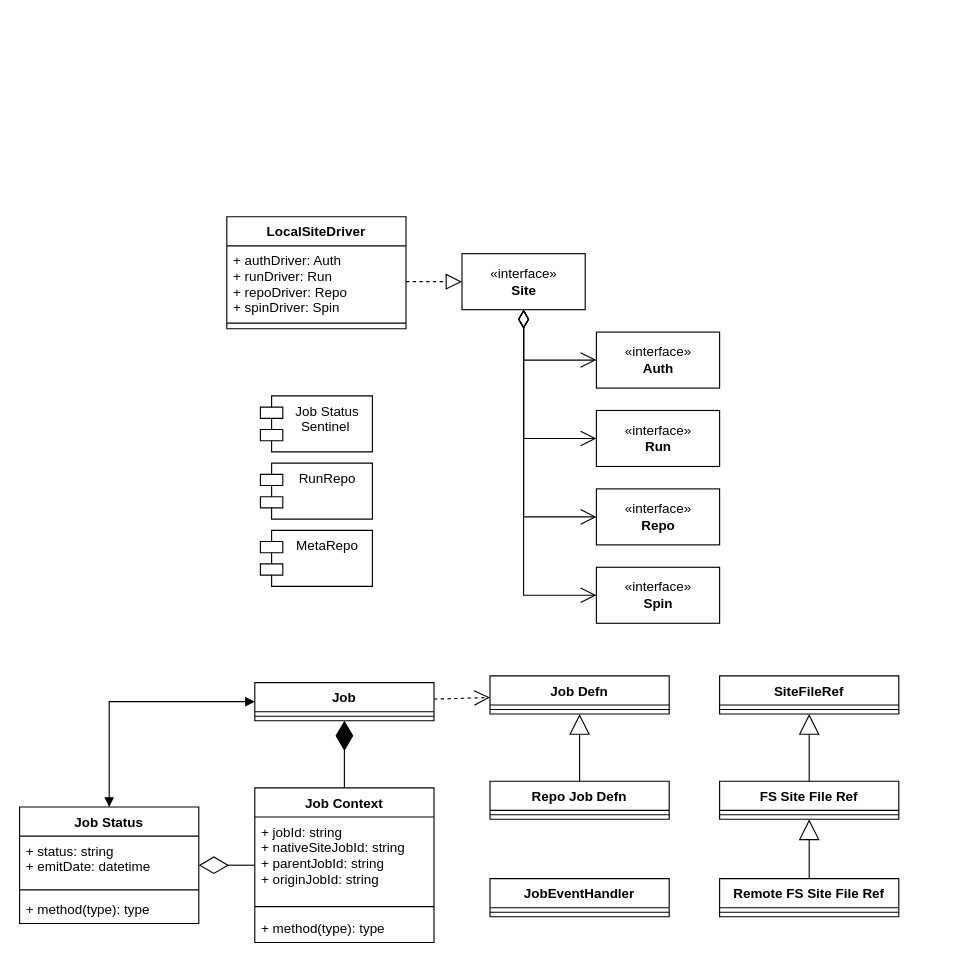
This is page "Page-1" (1 of 2) of docs/lwfm.drawio from lwfm-proj/lwfm, a draw.io file, before an edit. Source tidied: cells renumbered, new cells numbered last; positions are measured from the earlier drawing's top-left corner, leaving out a move shared by most shapes. Both pictures are drawn from the tidied source at 112%, with x=0, y=0 at pixel (19, 216).
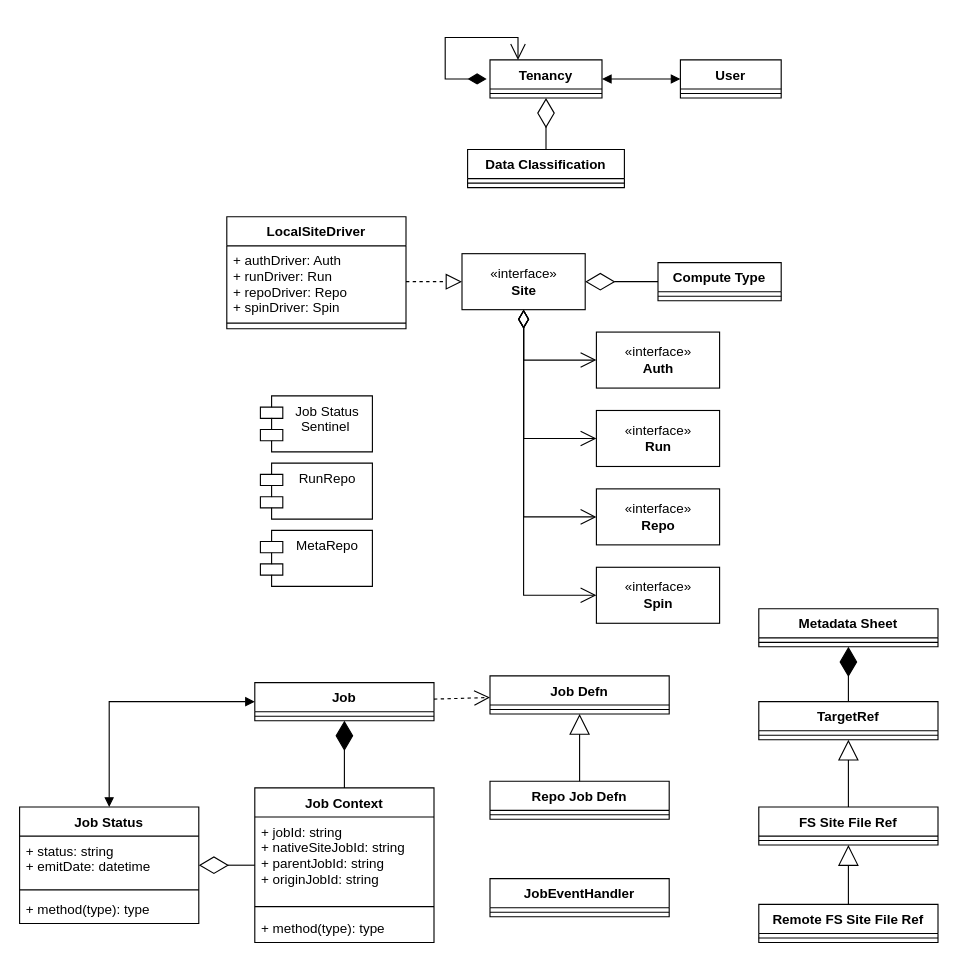
After the change.

Unchanged cells that the change refers to:
```xml
<mxCell id="2" value="«interface»&lt;br&gt;&lt;b&gt;Site&lt;/b&gt;" style="html=1;" parent="1" vertex="1">
  <mxGeometry x="395" y="33" width="110" height="50" as="geometry" />
</mxCell>
```

Diff of the diagram source:
```diff
@@
-    <mxCell id="27" value="SiteFileRef" style="swimlane;fontStyle=1;align=center;verticalAlign=top;horizontal=1;startSize=26;" parent="1" vertex="1">
-      <mxGeometry x="625" y="410" width="160" height="34" as="geometry" />
+    <mxCell id="27" value="TargetRef" style="swimlane;fontStyle=1;align=center;verticalAlign=top;horizontal=1;startSize=26;" parent="1" vertex="1">
+      <mxGeometry x="660" y="433" width="160" height="34" as="geometry" />
     </mxCell>
@@
     <mxCell id="29" value="FS Site File Ref" style="swimlane;fontStyle=1;align=center;verticalAlign=top;horizontal=1;startSize=26;" parent="1" vertex="1">
-      <mxGeometry x="625" y="504" width="160" height="34" as="geometry" />
+      <mxGeometry x="660" y="527" width="160" height="34" as="geometry" />
     </mxCell>
@@
     <mxCell id="31" value="Remote FS Site File Ref" style="swimlane;fontStyle=1;align=center;verticalAlign=top;horizontal=1;startSize=26;" parent="1" vertex="1">
-      <mxGeometry x="625" y="591" width="160" height="34" as="geometry" />
+      <mxGeometry x="660" y="614" width="160" height="34" as="geometry" />
     </mxCell>
@@
+    <mxCell id="47" value="Compute Type" style="swimlane;fontStyle=1;align=center;verticalAlign=top;horizontal=1;startSize=26;" parent="1" vertex="1">
+      <mxGeometry x="570" y="41" width="110" height="34" as="geometry" />
+    </mxCell>
+    <mxCell id="48" style="line;strokeWidth=1;fillColor=none;align=left;verticalAlign=middle;spacingTop=-1;spacingLeft=3;spacingRight=3;labelPosition=right;strokeColor=inherit;" parent="47" vertex="1">
+      <mxGeometry y="26" width="110" height="8" as="geometry" />
+    </mxCell>
+    <mxCell id="49" style="endArrow=diamondThin;endFill=0;endSize=24;html=1;rounded=0;entryX=1;entryY=0.5;entryDx=0;entryDy=0;exitX=0;exitY=0.5;exitDx=0;exitDy=0;" parent="1" edge="1" source="47" target="2">
+      <mxGeometry relative="1" as="geometry" />
+    </mxCell>
+    <mxCell id="50" value="User" style="swimlane;fontStyle=1;align=center;verticalAlign=top;horizontal=1;startSize=26;" parent="1" vertex="1">
+      <mxGeometry x="590" y="-140" width="90" height="34" as="geometry" />
+    </mxCell>
+    <mxCell id="51" style="line;strokeWidth=1;fillColor=none;align=left;verticalAlign=middle;spacingTop=-1;spacingLeft=3;spacingRight=3;labelPosition=right;strokeColor=inherit;" parent="50" vertex="1">
+      <mxGeometry y="26" width="90" height="8" as="geometry" />
+    </mxCell>
+    <mxCell id="52" value="Tenancy" style="swimlane;fontStyle=1;align=center;verticalAlign=top;horizontal=1;startSize=26;" parent="1" vertex="1">
+      <mxGeometry x="420" y="-140" width="100" height="34" as="geometry" />
+    </mxCell>
+    <mxCell id="53" style="line;strokeWidth=1;fillColor=none;align=left;verticalAlign=middle;spacingTop=-1;spacingLeft=3;spacingRight=3;labelPosition=right;strokeColor=inherit;" parent="52" vertex="1">
+      <mxGeometry y="26" width="100" height="8" as="geometry" />
+    </mxCell>
+    <mxCell id="54" style="endArrow=block;startArrow=block;endFill=1;startFill=1;html=1;rounded=0;exitX=1;exitY=0.5;exitDx=0;exitDy=0;entryX=0;entryY=0.5;entryDx=0;entryDy=0;" parent="1" edge="1" source="52" target="50">
+      <mxGeometry relative="1" as="geometry" />
+    </mxCell>
+    <mxCell id="55" value="Data Classification" style="swimlane;fontStyle=1;align=center;verticalAlign=top;horizontal=1;startSize=26;" parent="1" vertex="1">
+      <mxGeometry x="400" y="-60" width="140" height="34" as="geometry" />
+    </mxCell>
+    <mxCell id="56" style="line;strokeWidth=1;fillColor=none;align=left;verticalAlign=middle;spacingTop=-1;spacingLeft=3;spacingRight=3;labelPosition=right;strokeColor=inherit;" parent="55" vertex="1">
+      <mxGeometry y="26" width="140" height="8" as="geometry" />
+    </mxCell>
+    <mxCell id="57" style="endArrow=diamondThin;endFill=0;endSize=24;html=1;rounded=0;entryX=0.5;entryY=1;entryDx=0;entryDy=0;" parent="1" edge="1" source="55" target="52">
+      <mxGeometry relative="1" as="geometry" />
+    </mxCell>
+    <mxCell id="58" style="endArrow=open;html=1;endSize=12;startArrow=diamondThin;startSize=14;startFill=1;edgeStyle=orthogonalEdgeStyle;align=left;verticalAlign=bottom;rounded=0;exitX=-0.03;exitY=0.5;exitDx=0;exitDy=0;exitPerimeter=0;entryX=0.25;entryY=0;entryDx=0;entryDy=0;" parent="1" edge="1" source="52" target="52">
+      <mxGeometry x="-1" y="3" relative="1" as="geometry">
+        <Array as="points">
+          <mxPoint x="380" y="-123" />
+          <mxPoint x="380" y="-160" />
+          <mxPoint x="445" y="-160" />
+        </Array>
+      </mxGeometry>
+    </mxCell>
+    <mxCell id="59" value="Metadata Sheet" style="swimlane;fontStyle=1;align=center;verticalAlign=top;horizontal=1;startSize=26;" parent="1" vertex="1">
+      <mxGeometry x="660" y="350" width="160" height="34" as="geometry" />
+    </mxCell>
+    <mxCell id="60" style="line;strokeWidth=1;fillColor=none;align=left;verticalAlign=middle;spacingTop=-1;spacingLeft=3;spacingRight=3;labelPosition=right;strokeColor=inherit;" parent="59" vertex="1">
+      <mxGeometry y="26" width="160" height="8" as="geometry" />
+    </mxCell>
+    <mxCell id="61" style="endArrow=diamondThin;endFill=1;endSize=24;html=1;rounded=0;entryX=0.5;entryY=1;entryDx=0;entryDy=0;exitX=0.5;exitY=0;exitDx=0;exitDy=0;" parent="1" edge="1" source="27" target="59">
+      <mxGeometry relative="1" as="geometry" />
+    </mxCell>
```
